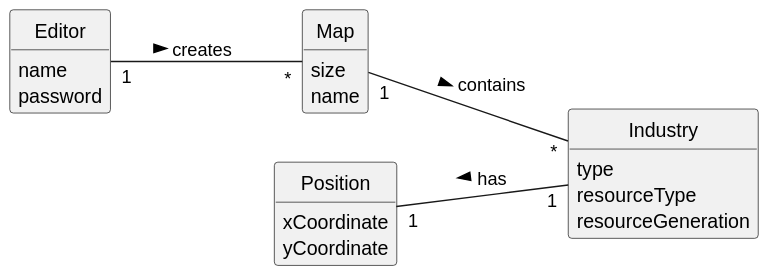
Before: Sprint2/US002/02.analysis/svg/US002-DM.svg, a diagram exported from PlantUML (1240935/pi2-railway-simulator).
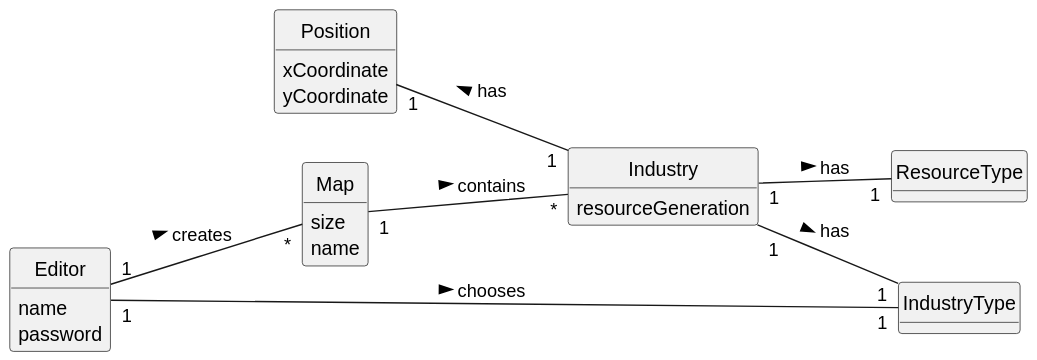
After the commit.

The edit, as a diff of the source:
```diff
@@ -19,9 +19,11 @@
 }
 
 class Industry {
-    type
-    resourceType
-    resourceGeneration
+   resourceGeneration
+}
+class IndustryType{
+}
+class ResourceType{
 }
 
 class Position{
@@ -32,4 +34,7 @@
 Editor "1" -- "*" Map: creates >
 Map "1" -- "*" Industry: contains >
 Position "1" -- "1" Industry: has <
+Industry "1" -- "1" IndustryType: has >
+Industry "1" -- "1" ResourceType: has >
+Editor "1" -- "1" IndustryType: chooses >
 @enduml
```
